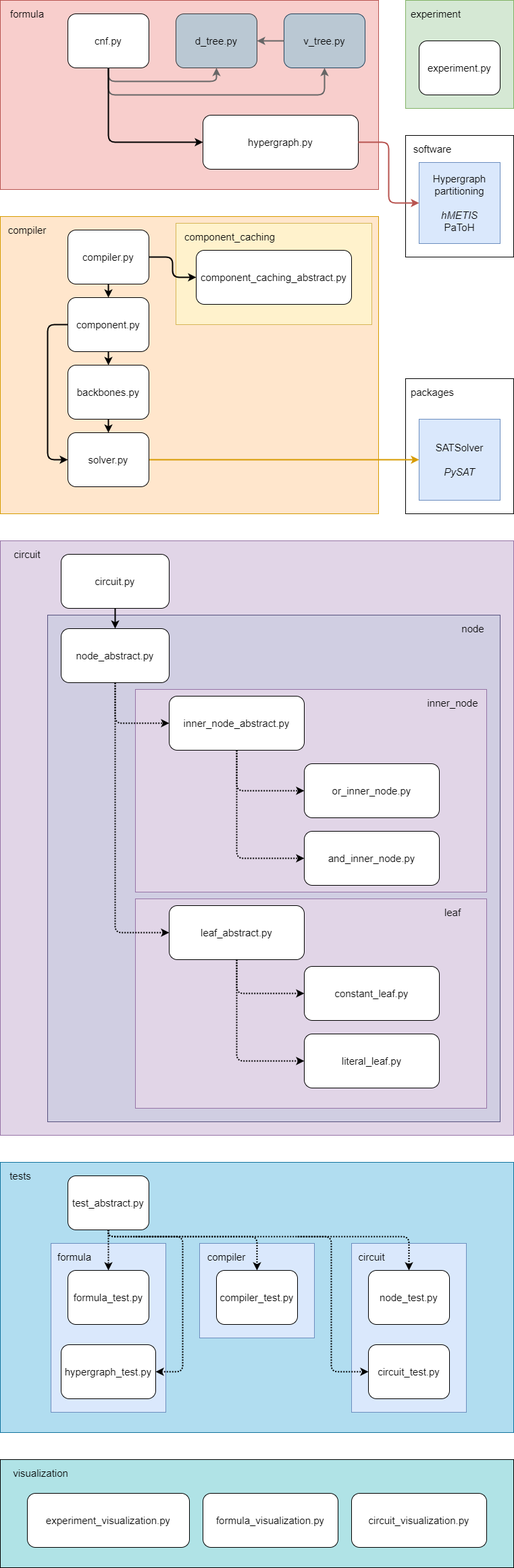
Above: images/modules.png in Illner/Cara (draw.io), before the change. Source tidied: cells renumbered, new cells last; positions are measured from the earlier drawing's top-left corner, leaving out a move shared by most shapes.
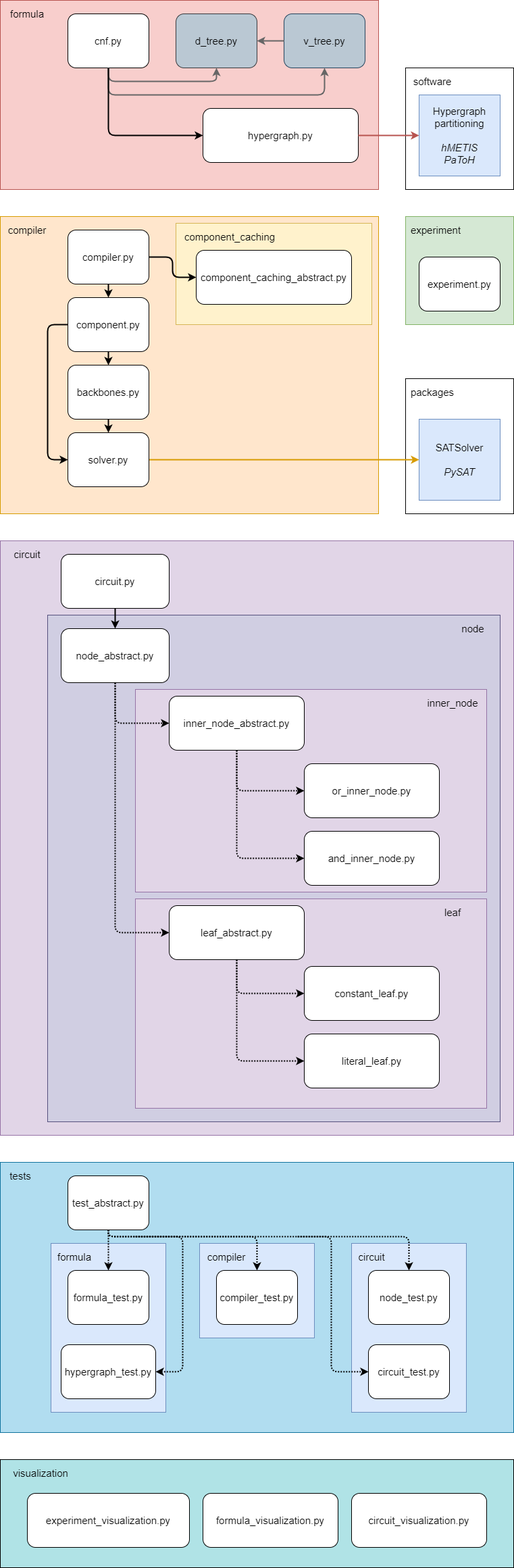
Above is the later version.

Change to the diagram source:
```diff
@@ -85,13 +85,13 @@
       </mxGeometry>
     </mxCell>
     <mxCell id="23" style="rounded=0;whiteSpace=wrap;html=1;fontSize=15;fillColor=#d5e8d4;strokeColor=#82b366;" parent="1" vertex="1">
-      <mxGeometry x="600" width="160" height="160" as="geometry" />
+      <mxGeometry x="600" y="320" width="160" height="160" as="geometry" />
     </mxCell>
     <mxCell id="24" value="experiment" style="text;html=1;strokeColor=none;fillColor=none;align=center;verticalAlign=middle;whiteSpace=wrap;rounded=0;fontSize=15;" parent="1" vertex="1">
-      <mxGeometry x="625" y="10" width="40" height="20" as="geometry" />
+      <mxGeometry x="625" y="330" width="40" height="20" as="geometry" />
     </mxCell>
     <mxCell id="25" value="experiment.py" style="rounded=1;whiteSpace=wrap;html=1;fontSize=15;" parent="1" vertex="1">
-      <mxGeometry x="620" y="60" width="120" height="80" as="geometry" />
+      <mxGeometry x="620" y="380" width="120" height="80" as="geometry" />
     </mxCell>
     <mxCell id="26" style="rounded=0;whiteSpace=wrap;html=1;fontSize=15;fillColor=#b0e3e6;" parent="1" vertex="1">
       <mxGeometry y="2160" width="760" height="160" as="geometry" />
@@ -272,7 +272,7 @@
       <mxGeometry x="100" y="640" width="120" height="80" as="geometry" />
     </mxCell>
     <mxCell id="71" value="hypergraph.py" style="rounded=1;whiteSpace=wrap;html=1;fontSize=15;" parent="1" vertex="1">
-      <mxGeometry x="300" y="170" width="230" height="80" as="geometry" />
+      <mxGeometry x="300" y="160" width="230" height="80" as="geometry" />
     </mxCell>
     <mxCell id="72" style="edgeStyle=elbowEdgeStyle;elbow=horizontal;endArrow=classic;html=1;strokeWidth=2;fontSize=15;exitX=0.5;exitY=1;exitDx=0;exitDy=0;entryX=0;entryY=0.5;entryDx=0;entryDy=0;" parent="1" edge="1" source="4" target="71">
       <mxGeometry relative="1" as="geometry">
@@ -305,19 +305,16 @@
       <mxGeometry relative="1" as="geometry" />
     </mxCell>
     <mxCell id="78" style="rounded=0;whiteSpace=wrap;html=1;fontSize=15;" parent="1" vertex="1">
-      <mxGeometry x="600" y="200" width="160" height="180" as="geometry" />
+      <mxGeometry x="600" y="100" width="160" height="180" as="geometry" />
     </mxCell>
-    <mxCell id="79" value="Hypergraph partitioning&lt;br&gt;&lt;br&gt;&lt;i&gt;hMETIS&lt;br&gt;&lt;/i&gt;PaToH" style="rounded=0;whiteSpace=wrap;html=1;fontSize=15;fillColor=#dae8fc;strokeColor=#6c8ebf;" parent="1" vertex="1">
-      <mxGeometry x="620" y="240" width="120" height="120" as="geometry" />
+    <mxCell id="79" value="Hypergraph partitioning&lt;br&gt;&lt;br&gt;&lt;i&gt;hMETIS&lt;br&gt;PaToH&lt;/i&gt;" style="rounded=0;whiteSpace=wrap;html=1;fontSize=15;fillColor=#dae8fc;strokeColor=#6c8ebf;" parent="1" vertex="1">
+      <mxGeometry x="620" y="140" width="120" height="120" as="geometry" />
     </mxCell>
-    <mxCell id="80" style="edgeStyle=elbowEdgeStyle;elbow=horizontal;endArrow=classic;html=1;strokeWidth=2;fontSize=15;entryX=0;entryY=0.5;entryDx=0;entryDy=0;fillColor=#f8cecc;strokeColor=#b85450;exitX=1;exitY=0.5;exitDx=0;exitDy=0;" parent="1" edge="1">
-      <mxGeometry relative="1" as="geometry">
-        <mxPoint x="530" y="210" as="sourcePoint" />
-        <mxPoint x="620" y="300" as="targetPoint" />
-      </mxGeometry>
+    <mxCell id="80" style="edgeStyle=elbowEdgeStyle;elbow=horizontal;endArrow=classic;html=1;strokeWidth=2;fontSize=15;fillColor=#f8cecc;strokeColor=#b85450;exitX=1;exitY=0.5;exitDx=0;exitDy=0;entryX=0;entryY=0.5;entryDx=0;entryDy=0;" parent="1" edge="1" source="71" target="79">
+      <mxGeometry relative="1" as="geometry" />
     </mxCell>
     <mxCell id="81" value="software" style="text;html=1;strokeColor=none;fillColor=none;align=center;verticalAlign=middle;whiteSpace=wrap;rounded=0;fontSize=15;" parent="1" vertex="1">
-      <mxGeometry x="620" y="210" width="40" height="20" as="geometry" />
+      <mxGeometry x="620" y="110" width="40" height="20" as="geometry" />
     </mxCell>
     <mxCell id="82" value="hypergraph_test.py" style="rounded=1;whiteSpace=wrap;html=1;fontSize=15;" parent="1" vertex="1">
       <mxGeometry x="90" y="1990" width="140" height="80" as="geometry" />
```
